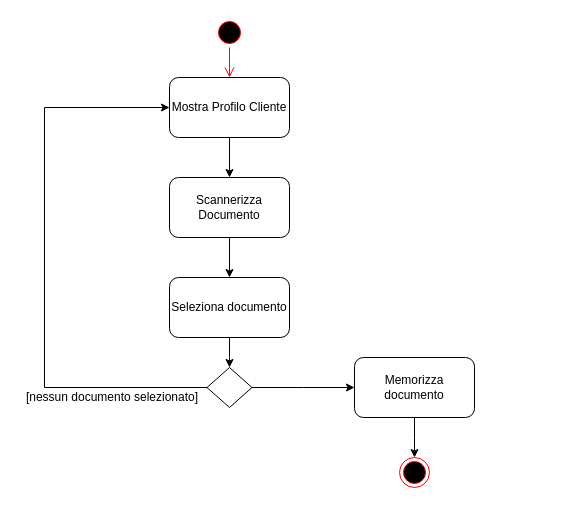
fd-col/ProgettoIngegneriaDelSoftware keeps this draw.io diagram as Diagrammi_delle_attivita/Modificabili/diagramma_attivita_scannerizza_documento.drawio. Above is the earlier version. Source tidied: cells renumbered, new cells numbered last; positions are measured from the earlier drawing's top-left corner, leaving out a move shared by most shapes. Both pictures are drawn from the tidied source at 100%, with x=0, y=0 at pixel (16, 17).
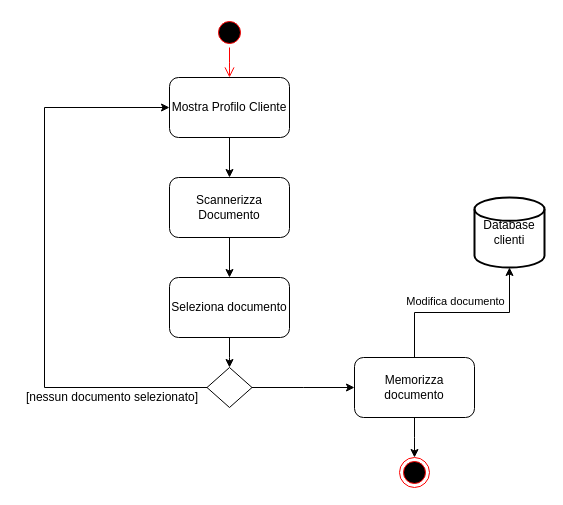
The same page after the edit.

The change refers to these unchanged cells:
```xml
<mxCell id="15" value="Memorizza documento" style="rounded=1;whiteSpace=wrap;html=1;" parent="1" vertex="1">
  <mxGeometry x="338" y="340" width="120" height="60" as="geometry" />
</mxCell>
```

The edit, as a diff of the source:
```diff
@@
+    <mxCell id="17" style="edgeStyle=orthogonalEdgeStyle;rounded=0;jettySize=auto;html=1;entryX=0.5;entryY=1;entryDx=0;entryDy=0;entryPerimeter=0;" parent="1" edge="1" source="15" target="19">
+      <mxGeometry relative="1" as="geometry" />
+    </mxCell>
+    <mxCell id="18" value="Modifica documento" style="edgeLabel;html=1;align=center;verticalAlign=middle;" parent="17" vertex="1">
+      <mxGeometry x="0.24" y="-1" relative="1" as="geometry">
+        <mxPoint x="-30" y="-13" as="offset" />
+      </mxGeometry>
+    </mxCell>
@@
+    <mxCell id="19" value="Database&lt;br&gt;clienti" style="strokeWidth=2;html=1;shape=mxgraph.flowchart.database;whiteSpace=wrap;" parent="1" vertex="1">
+      <mxGeometry x="458" y="180" width="70" height="70" as="geometry" />
+    </mxCell>
```
